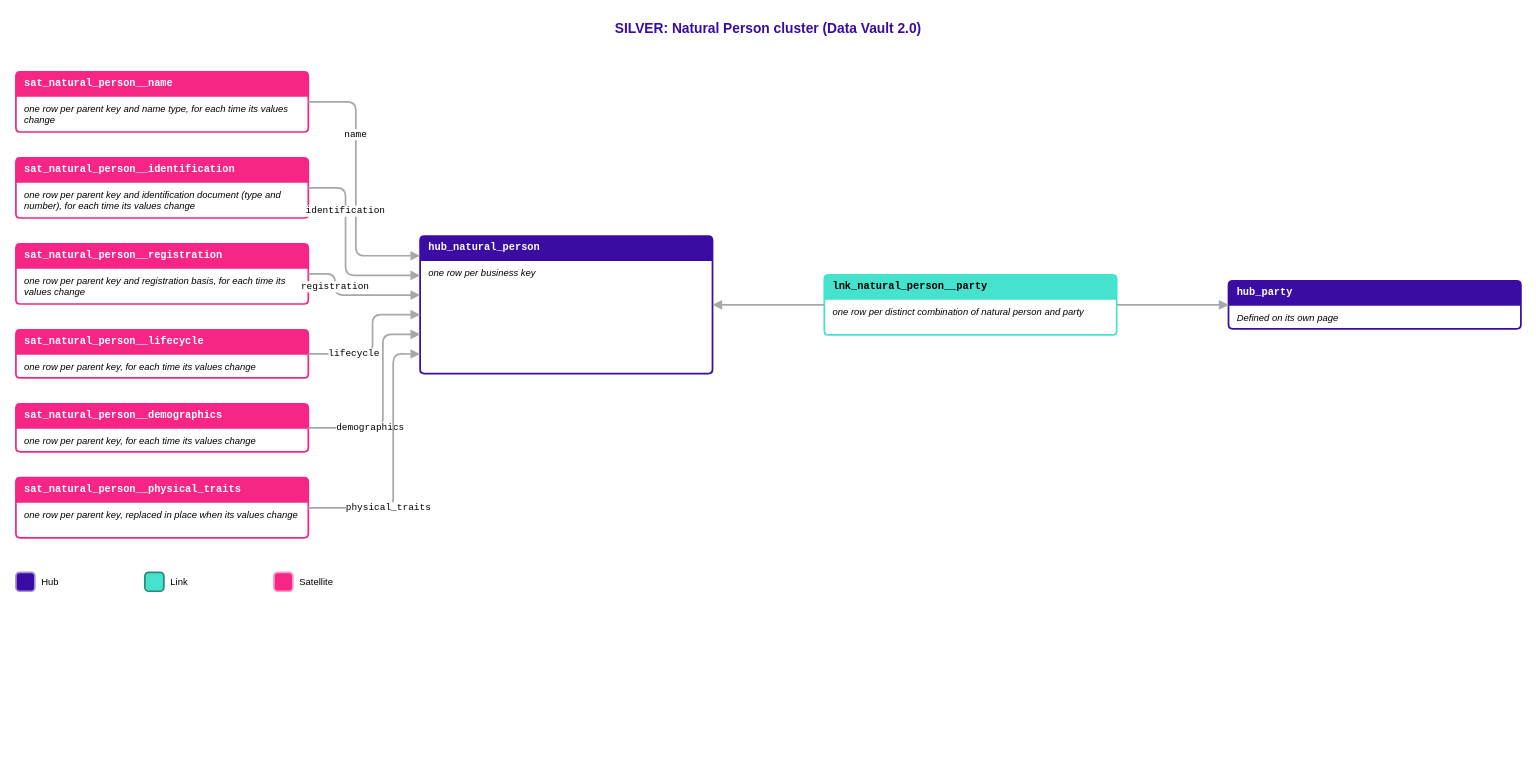
Before: Rosetta/Business_Objects/Natural_Person.drawio in luisruizML/documents, a draw.io diagram. Source tidied: cells renumbered, new cells numbered last; positions are measured from the earlier drawing's top-left corner, leaving out a move shared by most shapes. Both pictures are drawn from the tidied source at 86%, with x=0, y=0 at pixel (15, 15).
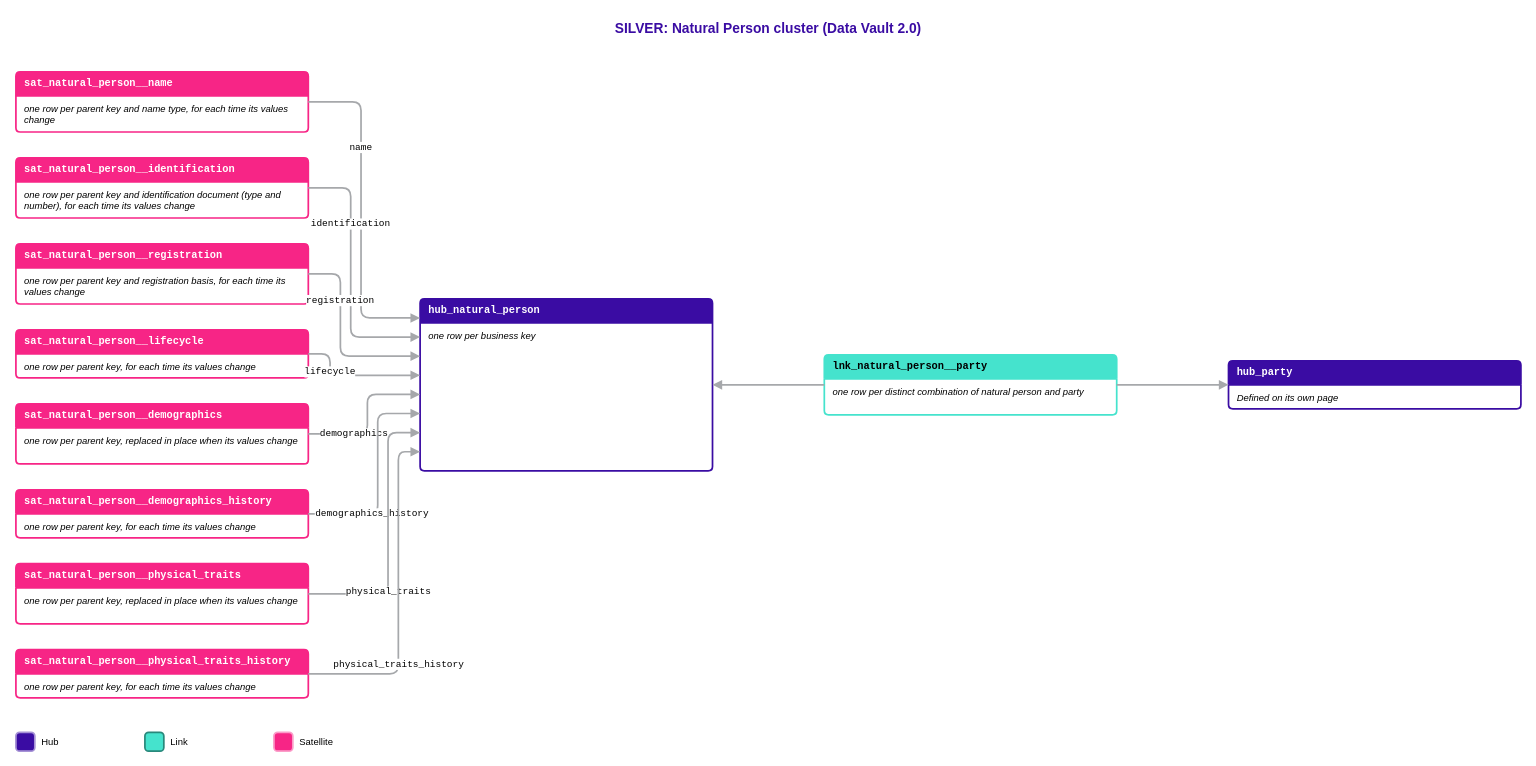
The same page after the edit.

Commit message (it also covers changes not shown here):
feat(rosetta): Code List object, history twins, R13 compute-not-store, artifact_uri; satellites ordered by parent in diagrams

The change refers to these unchanged cells:
```xml
<mxCell id="7" value="sat_natural_person__name" style="swimlane;html=1;whiteSpace=wrap;rounded=1;arcSize=6;startSize=28;fillColor=#F72586;swimlaneFillColor=#FFFFFF;strokeColor=#F72586;strokeWidth=2;fontFamily=Courier New;fontSize=12;fontStyle=1;fontColor=#FFFFFF;align=left;spacingLeft=8;" parent="1" vertex="1">
  <mxGeometry y="66" width="340" height="70" as="geometry" />
</mxCell>
<mxCell id="9" value="sat_natural_person__identification" style="swimlane;html=1;whiteSpace=wrap;rounded=1;arcSize=6;startSize=28;fillColor=#F72586;swimlaneFillColor=#FFFFFF;strokeColor=#F72586;strokeWidth=2;fontFamily=Courier New;fontSize=12;fontStyle=1;fontColor=#FFFFFF;align=left;spacingLeft=8;" parent="1" vertex="1">
  <mxGeometry y="166" width="340" height="70" as="geometry" />
</mxCell>
<mxCell id="11" value="sat_natural_person__registration" style="swimlane;html=1;whiteSpace=wrap;rounded=1;arcSize=6;startSize=28;fillColor=#F72586;swimlaneFillColor=#FFFFFF;strokeColor=#F72586;strokeWidth=2;fontFamily=Courier New;fontSize=12;fontStyle=1;fontColor=#FFFFFF;align=left;spacingLeft=8;" parent="1" vertex="1">
  <mxGeometry y="266" width="340" height="70" as="geometry" />
</mxCell>
<mxCell id="13" value="sat_natural_person__lifecycle" style="swimlane;html=1;whiteSpace=wrap;rounded=1;arcSize=6;startSize=28;fillColor=#F72586;swimlaneFillColor=#FFFFFF;strokeColor=#F72586;strokeWidth=2;fontFamily=Courier New;fontSize=12;fontStyle=1;fontColor=#FFFFFF;align=left;spacingLeft=8;" parent="1" vertex="1">
  <mxGeometry y="366" width="340" height="56" as="geometry" />
</mxCell>
```

The edit, as a diff of the source:
```diff
@@
     <mxCell id="3" value="hub_natural_person" style="swimlane;html=1;whiteSpace=wrap;rounded=1;arcSize=6;startSize=28;fillColor=#3A0CA3;swimlaneFillColor=#FFFFFF;strokeColor=#3A0CA3;strokeWidth=2;fontFamily=Courier New;fontSize=12;fontStyle=1;fontColor=#FFFFFF;align=left;spacingLeft=8;" parent="1" vertex="1">
-      <mxGeometry x="470" y="257" width="340" height="160" as="geometry" />
+      <mxGeometry x="470" y="330" width="340" height="200" as="geometry" />
     </mxCell>
@@
     <mxCell id="5" value="lnk_natural_person__party" style="swimlane;html=1;whiteSpace=wrap;rounded=1;arcSize=6;startSize=28;fillColor=#45E3CD;swimlaneFillColor=#FFFFFF;strokeColor=#45E3CD;strokeWidth=2;fontFamily=Courier New;fontSize=12;fontStyle=1;fontColor=#000000;align=left;spacingLeft=8;" parent="1" vertex="1">
-      <mxGeometry x="940" y="302" width="340" height="70" as="geometry" />
+      <mxGeometry x="940" y="395" width="340" height="70" as="geometry" />
     </mxCell>
@@
     <mxCell id="15" value="sat_natural_person__demographics" style="swimlane;html=1;whiteSpace=wrap;rounded=1;arcSize=6;startSize=28;fillColor=#F72586;swimlaneFillColor=#FFFFFF;strokeColor=#F72586;strokeWidth=2;fontFamily=Courier New;fontSize=12;fontStyle=1;fontColor=#FFFFFF;align=left;spacingLeft=8;" parent="1" vertex="1">
-      <mxGeometry y="452" width="340" height="56" as="geometry" />
+      <mxGeometry y="452" width="340" height="70" as="geometry" />
     </mxCell>
-    <mxCell id="16" value="one row per parent key, for each time its values change" style="text;html=1;whiteSpace=wrap;align=left;verticalAlign=top;fontFamily=Arial;fontSize=11;fontStyle=2;fontColor=#000000;spacingLeft=8;spacingRight=8;" parent="15" vertex="1">
-      <mxGeometry y="30" width="340" height="20" as="geometry" />
+    <mxCell id="16" value="one row per parent key, replaced in place when its values change" style="text;html=1;whiteSpace=wrap;align=left;verticalAlign=top;fontFamily=Arial;fontSize=11;fontStyle=2;fontColor=#000000;spacingLeft=8;spacingRight=8;" parent="15" vertex="1">
+      <mxGeometry y="30" width="340" height="34" as="geometry" />
     </mxCell>
-    <mxCell id="17" value="sat_natural_person__physical_traits" style="swimlane;html=1;whiteSpace=wrap;rounded=1;arcSize=6;startSize=28;fillColor=#F72586;swimlaneFillColor=#FFFFFF;strokeColor=#F72586;strokeWidth=2;fontFamily=Courier New;fontSize=12;fontStyle=1;fontColor=#FFFFFF;align=left;spacingLeft=8;" parent="1" vertex="1">
-      <mxGeometry y="538" width="340" height="70" as="geometry" />
+    <mxCell id="17" value="sat_natural_person__demographics_history" style="swimlane;html=1;whiteSpace=wrap;rounded=1;arcSize=6;startSize=28;fillColor=#F72586;swimlaneFillColor=#FFFFFF;strokeColor=#F72586;strokeWidth=2;fontFamily=Courier New;fontSize=12;fontStyle=1;fontColor=#FFFFFF;align=left;spacingLeft=8;" parent="1" vertex="1">
+      <mxGeometry y="552" width="340" height="56" as="geometry" />
     </mxCell>
-    <mxCell id="18" value="one row per parent key, replaced in place when its values change" style="text;html=1;whiteSpace=wrap;align=left;verticalAlign=top;fontFamily=Arial;fontSize=11;fontStyle=2;fontColor=#000000;spacingLeft=8;spacingRight=8;" parent="17" vertex="1">
-      <mxGeometry y="30" width="340" height="34" as="geometry" />
+    <mxCell id="18" value="one row per parent key, for each time its values change" style="text;html=1;whiteSpace=wrap;align=left;verticalAlign=top;fontFamily=Arial;fontSize=11;fontStyle=2;fontColor=#000000;spacingLeft=8;spacingRight=8;" parent="17" vertex="1">
+      <mxGeometry y="30" width="340" height="20" as="geometry" />
     </mxCell>
-    <mxCell id="19" value="hub_party" style="swimlane;html=1;whiteSpace=wrap;rounded=1;arcSize=6;startSize=28;fillColor=#3A0CA3;swimlaneFillColor=#FFFFFF;strokeColor=#3A0CA3;strokeWidth=2;fontFamily=Courier New;fontSize=12;fontStyle=1;fontColor=#FFFFFF;align=left;spacingLeft=8;" parent="1" vertex="1">
-      <mxGeometry x="1410" y="309" width="340" height="56" as="geometry" />
+    <mxCell id="19" value="sat_natural_person__physical_traits" style="swimlane;html=1;whiteSpace=wrap;rounded=1;arcSize=6;startSize=28;fillColor=#F72586;swimlaneFillColor=#FFFFFF;strokeColor=#F72586;strokeWidth=2;fontFamily=Courier New;fontSize=12;fontStyle=1;fontColor=#FFFFFF;align=left;spacingLeft=8;" parent="1" vertex="1">
+      <mxGeometry y="638" width="340" height="70" as="geometry" />
     </mxCell>
-    <mxCell id="20" value="Defined on its own page" style="text;html=1;whiteSpace=wrap;align=left;verticalAlign=top;fontFamily=Arial;fontSize=11;fontStyle=2;fontColor=#000000;spacingLeft=8;spacingRight=8;" parent="19" vertex="1">
-      <mxGeometry y="30" width="340" height="20" as="geometry" />
+    <mxCell id="20" value="one row per parent key, replaced in place when its values change" style="text;html=1;whiteSpace=wrap;align=left;verticalAlign=top;fontFamily=Arial;fontSize=11;fontStyle=2;fontColor=#000000;spacingLeft=8;spacingRight=8;" parent="19" vertex="1">
+      <mxGeometry y="30" width="340" height="34" as="geometry" />
     </mxCell>
-    <mxCell id="21" style="edgeStyle=orthogonalEdgeStyle;rounded=1;jumpStyle=arc;jumpSize=8;html=1;strokeColor=#A6A8AB;strokeWidth=2;endArrow=block;endFill=1;exitX=0;exitY=0.5;exitDx=0;exitDy=0;entryX=1;entryY=0.5;entryDx=0;entryDy=0;labelBackgroundColor=#FFFFFF;fontFamily=Courier New;fontSize=11;fontColor=#000000;" parent="1" edge="1" source="5" target="3">
-      <mxGeometry x="-0.4" relative="1" as="geometry" />
+    <mxCell id="21" value="sat_natural_person__physical_traits_history" style="swimlane;html=1;whiteSpace=wrap;rounded=1;arcSize=6;startSize=28;fillColor=#F72586;swimlaneFillColor=#FFFFFF;strokeColor=#F72586;strokeWidth=2;fontFamily=Courier New;fontSize=12;fontStyle=1;fontColor=#FFFFFF;align=left;spacingLeft=8;" parent="1" vertex="1">
+      <mxGeometry y="738" width="340" height="56" as="geometry" />
     </mxCell>
-    <mxCell id="22" style="edgeStyle=orthogonalEdgeStyle;rounded=1;jumpStyle=arc;jumpSize=8;html=1;strokeColor=#A6A8AB;strokeWidth=2;endArrow=block;endFill=1;exitX=1;exitY=0.5;exitDx=0;exitDy=0;entryX=0;entryY=0.5;entryDx=0;entryDy=0;labelBackgroundColor=#FFFFFF;fontFamily=Courier New;fontSize=11;fontColor=#000000;" parent="1" edge="1" source="5" target="19">
-      <mxGeometry x="-0.4" relative="1" as="geometry" />
+    <mxCell id="22" value="one row per parent key, for each time its values change" style="text;html=1;whiteSpace=wrap;align=left;verticalAlign=top;fontFamily=Arial;fontSize=11;fontStyle=2;fontColor=#000000;spacingLeft=8;spacingRight=8;" parent="21" vertex="1">
+      <mxGeometry y="30" width="340" height="20" as="geometry" />
     </mxCell>
-    <mxCell id="23" value="name" style="edgeStyle=orthogonalEdgeStyle;rounded=1;jumpStyle=arc;jumpSize=8;html=1;strokeColor=#A6A8AB;strokeWidth=2;endArrow=block;endFill=1;exitX=1;exitY=0.5;exitDx=0;exitDy=0;entryX=0;entryY=0.1429;entryDx=0;entryDy=0;labelBackgroundColor=#FFFFFF;fontFamily=Courier New;fontSize=11;fontColor=#000000;" parent="1" edge="1" source="7" target="3">
-      <mxGeometry x="-0.4" relative="1" as="geometry">
-        <Array as="points">
-          <mxPoint x="395.3" y="101" />
-          <mxPoint x="395.3" y="279.9" />
-        </Array>
-      </mxGeometry>
+    <mxCell id="23" value="hub_party" style="swimlane;html=1;whiteSpace=wrap;rounded=1;arcSize=6;startSize=28;fillColor=#3A0CA3;swimlaneFillColor=#FFFFFF;strokeColor=#3A0CA3;strokeWidth=2;fontFamily=Courier New;fontSize=12;fontStyle=1;fontColor=#FFFFFF;align=left;spacingLeft=8;" parent="1" vertex="1">
+      <mxGeometry x="1410" y="402" width="340" height="56" as="geometry" />
     </mxCell>
-    <mxCell id="24" value="identification" style="edgeStyle=orthogonalEdgeStyle;rounded=1;jumpStyle=arc;jumpSize=8;html=1;strokeColor=#A6A8AB;strokeWidth=2;endArrow=block;endFill=1;exitX=1;exitY=0.5;exitDx=0;exitDy=0;entryX=0;entryY=0.2857;entryDx=0;entryDy=0;labelBackgroundColor=#FFFFFF;fontFamily=Courier New;fontSize=11;fontColor=#000000;" parent="1" edge="1" source="9" target="3">
-      <mxGeometry x="-0.4" relative="1" as="geometry">
-        <Array as="points">
-          <mxPoint x="383.3" y="201" />
-          <mxPoint x="383.3" y="302.7" />
-        </Array>
-      </mxGeometry>
+    <mxCell id="24" value="Defined on its own page" style="text;html=1;whiteSpace=wrap;align=left;verticalAlign=top;fontFamily=Arial;fontSize=11;fontStyle=2;fontColor=#000000;spacingLeft=8;spacingRight=8;" parent="23" vertex="1">
+      <mxGeometry y="30" width="340" height="20" as="geometry" />
     </mxCell>
-    <mxCell id="25" value="registration" style="edgeStyle=orthogonalEdgeStyle;rounded=1;jumpStyle=arc;jumpSize=8;html=1;strokeColor=#A6A8AB;strokeWidth=2;endArrow=block;endFill=1;exitX=1;exitY=0.5;exitDx=0;exitDy=0;entryX=0;entryY=0.4286;entryDx=0;entryDy=0;labelBackgroundColor=#FFFFFF;fontFamily=Courier New;fontSize=11;fontColor=#000000;" parent="1" edge="1" source="11" target="3">
-      <mxGeometry x="-0.4" relative="1" as="geometry">
-        <Array as="points">
-          <mxPoint x="371.3" y="301" />
-          <mxPoint x="371.3" y="325.6" />
-        </Array>
-      </mxGeometry>
+    <mxCell id="25" style="edgeStyle=orthogonalEdgeStyle;rounded=1;jumpStyle=arc;jumpSize=8;html=1;strokeColor=#A6A8AB;strokeWidth=2;endArrow=block;endFill=1;exitX=0;exitY=0.5;exitDx=0;exitDy=0;entryX=1;entryY=0.5;entryDx=0;entryDy=0;labelBackgroundColor=#FFFFFF;fontFamily=Courier New;fontSize=11;fontColor=#000000;" parent="1" edge="1" source="5" target="3">
+      <mxGeometry x="-0.4" relative="1" as="geometry" />
     </mxCell>
-    <mxCell id="26" value="lifecycle" style="edgeStyle=orthogonalEdgeStyle;rounded=1;jumpStyle=arc;jumpSize=8;html=1;strokeColor=#A6A8AB;strokeWidth=2;endArrow=block;endFill=1;exitX=1;exitY=0.5;exitDx=0;exitDy=0;entryX=0;entryY=0.5714;entryDx=0;entryDy=0;labelBackgroundColor=#FFFFFF;fontFamily=Courier New;fontSize=11;fontColor=#000000;" parent="1" edge="1" source="13" target="3">
-      <mxGeometry x="-0.4" relative="1" as="geometry">
-        <Array as="points">
-          <mxPoint x="414.7" y="394" />
-          <mxPoint x="414.7" y="348.4" />
-        </Array>
-      </mxGeometry>
+    <mxCell id="26" style="edgeStyle=orthogonalEdgeStyle;rounded=1;jumpStyle=arc;jumpSize=8;html=1;strokeColor=#A6A8AB;strokeWidth=2;endArrow=block;endFill=1;exitX=1;exitY=0.5;exitDx=0;exitDy=0;entryX=0;entryY=0.5;entryDx=0;entryDy=0;labelBackgroundColor=#FFFFFF;fontFamily=Courier New;fontSize=11;fontColor=#000000;" parent="1" edge="1" source="5" target="23">
+      <mxGeometry x="-0.4" relative="1" as="geometry" />
     </mxCell>
-    <mxCell id="27" value="demographics" style="edgeStyle=orthogonalEdgeStyle;rounded=1;jumpStyle=arc;jumpSize=8;html=1;strokeColor=#A6A8AB;strokeWidth=2;endArrow=block;endFill=1;exitX=1;exitY=0.5;exitDx=0;exitDy=0;entryX=0;entryY=0.7143;entryDx=0;entryDy=0;labelBackgroundColor=#FFFFFF;fontFamily=Courier New;fontSize=11;fontColor=#000000;" parent="1" edge="1" source="15" target="3">
+    <mxCell id="27" value="name" style="edgeStyle=orthogonalEdgeStyle;rounded=1;jumpStyle=arc;jumpSize=8;html=1;strokeColor=#A6A8AB;strokeWidth=2;endArrow=block;endFill=1;exitX=1;exitY=0.5;exitDx=0;exitDy=0;entryX=0;entryY=0.1111;entryDx=0;entryDy=0;labelBackgroundColor=#FFFFFF;fontFamily=Courier New;fontSize=11;fontColor=#000000;" parent="1" edge="1" source="7" target="3">
       <mxGeometry x="-0.4" relative="1" as="geometry">
         <Array as="points">
-          <mxPoint x="426.7" y="480" />
-          <mxPoint x="426.7" y="371.3" />
+          <mxPoint x="401.3" y="101" />
+          <mxPoint x="401.3" y="352.2" />
         </Array>
       </mxGeometry>
     </mxCell>
-    <mxCell id="28" value="physical_traits" style="edgeStyle=orthogonalEdgeStyle;rounded=1;jumpStyle=arc;jumpSize=8;html=1;strokeColor=#A6A8AB;strokeWidth=2;endArrow=block;endFill=1;exitX=1;exitY=0.5;exitDx=0;exitDy=0;entryX=0;entryY=0.8571;entryDx=0;entryDy=0;labelBackgroundColor=#FFFFFF;fontFamily=Courier New;fontSize=11;fontColor=#000000;" parent="1" edge="1" source="17" target="3">
+    <mxCell id="28" value="identification" style="edgeStyle=orthogonalEdgeStyle;rounded=1;jumpStyle=arc;jumpSize=8;html=1;strokeColor=#A6A8AB;strokeWidth=2;endArrow=block;endFill=1;exitX=1;exitY=0.5;exitDx=0;exitDy=0;entryX=0;entryY=0.2222;entryDx=0;entryDy=0;labelBackgroundColor=#FFFFFF;fontFamily=Courier New;fontSize=11;fontColor=#000000;" parent="1" edge="1" source="9" target="3">
       <mxGeometry x="-0.4" relative="1" as="geometry">
         <Array as="points">
-          <mxPoint x="438.7" y="573" />
-          <mxPoint x="438.7" y="394.1" />
+          <mxPoint x="389.3" y="201" />
+          <mxPoint x="389.3" y="374.4" />
         </Array>
       </mxGeometry>
     </mxCell>
-    <mxCell id="29" style="rounded=1;arcSize=20;fillColor=#3A0CA3;strokeColor=#A692D6;strokeWidth=2;" parent="1" vertex="1">
-      <mxGeometry y="648" width="22" height="22" as="geometry" />
+    <mxCell id="29" value="registration" style="edgeStyle=orthogonalEdgeStyle;rounded=1;jumpStyle=arc;jumpSize=8;html=1;strokeColor=#A6A8AB;strokeWidth=2;endArrow=block;endFill=1;exitX=1;exitY=0.5;exitDx=0;exitDy=0;entryX=0;entryY=0.3333;entryDx=0;entryDy=0;labelBackgroundColor=#FFFFFF;fontFamily=Courier New;fontSize=11;fontColor=#000000;" parent="1" edge="1" source="11" target="3">
+      <mxGeometry x="-0.4" relative="1" as="geometry">
+        <Array as="points">
+          <mxPoint x="377.3" y="301" />
+          <mxPoint x="377.3" y="396.7" />
+        </Array>
+      </mxGeometry>
     </mxCell>
-    <mxCell id="30" value="Hub" style="text;html=1;align=left;verticalAlign=middle;fontFamily=Arial;fontSize=11;fontColor=#000000;" parent="1" vertex="1">
-      <mxGeometry x="28" y="648" width="110" height="22" as="geometry" />
+    <mxCell id="30" value="lifecycle" style="edgeStyle=orthogonalEdgeStyle;rounded=1;jumpStyle=arc;jumpSize=8;html=1;strokeColor=#A6A8AB;strokeWidth=2;endArrow=block;endFill=1;exitX=1;exitY=0.5;exitDx=0;exitDy=0;entryX=0;entryY=0.4444;entryDx=0;entryDy=0;labelBackgroundColor=#FFFFFF;fontFamily=Courier New;fontSize=11;fontColor=#000000;" parent="1" edge="1" source="13" target="3">
+      <mxGeometry x="-0.4" relative="1" as="geometry">
+        <Array as="points">
+          <mxPoint x="365.3" y="394" />
+          <mxPoint x="365.3" y="418.9" />
+        </Array>
+      </mxGeometry>
     </mxCell>
-    <mxCell id="31" style="rounded=1;arcSize=20;fillColor=#45E3CD;strokeColor=#29887B;strokeWidth=2;" parent="1" vertex="1">
-      <mxGeometry x="150" y="648" width="22" height="22" as="geometry" />
+    <mxCell id="31" value="demographics" style="edgeStyle=orthogonalEdgeStyle;rounded=1;jumpStyle=arc;jumpSize=8;html=1;strokeColor=#A6A8AB;strokeWidth=2;endArrow=block;endFill=1;exitX=1;exitY=0.5;exitDx=0;exitDy=0;entryX=0;entryY=0.5556;entryDx=0;entryDy=0;labelBackgroundColor=#FFFFFF;fontFamily=Courier New;fontSize=11;fontColor=#000000;" parent="1" edge="1" source="15" target="3">
+      <mxGeometry x="-0.4" relative="1" as="geometry">
+        <Array as="points">
+          <mxPoint x="408.7" y="487" />
+          <mxPoint x="408.7" y="441.1" />
+        </Array>
+      </mxGeometry>
     </mxCell>
-    <mxCell id="32" value="Link" style="text;html=1;align=left;verticalAlign=middle;fontFamily=Arial;fontSize=11;fontColor=#000000;" parent="1" vertex="1">
-      <mxGeometry x="178" y="648" width="110" height="22" as="geometry" />
+    <mxCell id="32" value="demographics_history" style="edgeStyle=orthogonalEdgeStyle;rounded=1;jumpStyle=arc;jumpSize=8;html=1;strokeColor=#A6A8AB;strokeWidth=2;endArrow=block;endFill=1;exitX=1;exitY=0.5;exitDx=0;exitDy=0;entryX=0;entryY=0.6667;entryDx=0;entryDy=0;labelBackgroundColor=#FFFFFF;fontFamily=Courier New;fontSize=11;fontColor=#000000;" parent="1" edge="1" source="17" target="3">
+      <mxGeometry x="-0.4" relative="1" as="geometry">
+        <Array as="points">
+          <mxPoint x="420.7" y="580" />
+          <mxPoint x="420.7" y="463.3" />
+        </Array>
+      </mxGeometry>
     </mxCell>
-    <mxCell id="33" style="rounded=1;arcSize=20;fillColor=#F72586;strokeColor=#FB9DC9;strokeWidth=2;" parent="1" vertex="1">
-      <mxGeometry x="300" y="648" width="22" height="22" as="geometry" />
+    <mxCell id="33" value="physical_traits" style="edgeStyle=orthogonalEdgeStyle;rounded=1;jumpStyle=arc;jumpSize=8;html=1;strokeColor=#A6A8AB;strokeWidth=2;endArrow=block;endFill=1;exitX=1;exitY=0.5;exitDx=0;exitDy=0;entryX=0;entryY=0.7778;entryDx=0;entryDy=0;labelBackgroundColor=#FFFFFF;fontFamily=Courier New;fontSize=11;fontColor=#000000;" parent="1" edge="1" source="19" target="3">
+      <mxGeometry x="-0.4" relative="1" as="geometry">
+        <Array as="points">
+          <mxPoint x="432.7" y="673" />
+          <mxPoint x="432.7" y="485.6" />
+        </Array>
+      </mxGeometry>
     </mxCell>
-    <mxCell id="34" value="Satellite" style="text;html=1;align=left;verticalAlign=middle;fontFamily=Arial;fontSize=11;fontColor=#000000;" parent="1" vertex="1">
-      <mxGeometry x="328" y="648" width="110" height="22" as="geometry" />
+    <mxCell id="34" value="physical_traits_history" style="edgeStyle=orthogonalEdgeStyle;rounded=1;jumpStyle=arc;jumpSize=8;html=1;strokeColor=#A6A8AB;strokeWidth=2;endArrow=block;endFill=1;exitX=1;exitY=0.5;exitDx=0;exitDy=0;entryX=0;entryY=0.8889;entryDx=0;entryDy=0;labelBackgroundColor=#FFFFFF;fontFamily=Courier New;fontSize=11;fontColor=#000000;" parent="1" edge="1" source="21" target="3">
+      <mxGeometry x="-0.4" relative="1" as="geometry">
+        <Array as="points">
+          <mxPoint x="444.7" y="766" />
+          <mxPoint x="444.7" y="507.8" />
+        </Array>
+      </mxGeometry>
     </mxCell>
+    <mxCell id="35" style="rounded=1;arcSize=20;fillColor=#3A0CA3;strokeColor=#A692D6;strokeWidth=2;" parent="1" vertex="1">
+      <mxGeometry y="834" width="22" height="22" as="geometry" />
+    </mxCell>
+    <mxCell id="36" value="Hub" style="text;html=1;align=left;verticalAlign=middle;fontFamily=Arial;fontSize=11;fontColor=#000000;" parent="1" vertex="1">
+      <mxGeometry x="28" y="834" width="110" height="22" as="geometry" />
+    </mxCell>
+    <mxCell id="37" style="rounded=1;arcSize=20;fillColor=#45E3CD;strokeColor=#29887B;strokeWidth=2;" parent="1" vertex="1">
+      <mxGeometry x="150" y="834" width="22" height="22" as="geometry" />
+    </mxCell>
+    <mxCell id="38" value="Link" style="text;html=1;align=left;verticalAlign=middle;fontFamily=Arial;fontSize=11;fontColor=#000000;" parent="1" vertex="1">
+      <mxGeometry x="178" y="834" width="110" height="22" as="geometry" />
+    </mxCell>
+    <mxCell id="39" style="rounded=1;arcSize=20;fillColor=#F72586;strokeColor=#FB9DC9;strokeWidth=2;" parent="1" vertex="1">
+      <mxGeometry x="300" y="834" width="22" height="22" as="geometry" />
+    </mxCell>
+    <mxCell id="40" value="Satellite" style="text;html=1;align=left;verticalAlign=middle;fontFamily=Arial;fontSize=11;fontColor=#000000;" parent="1" vertex="1">
+      <mxGeometry x="328" y="834" width="110" height="22" as="geometry" />
+    </mxCell>
```
